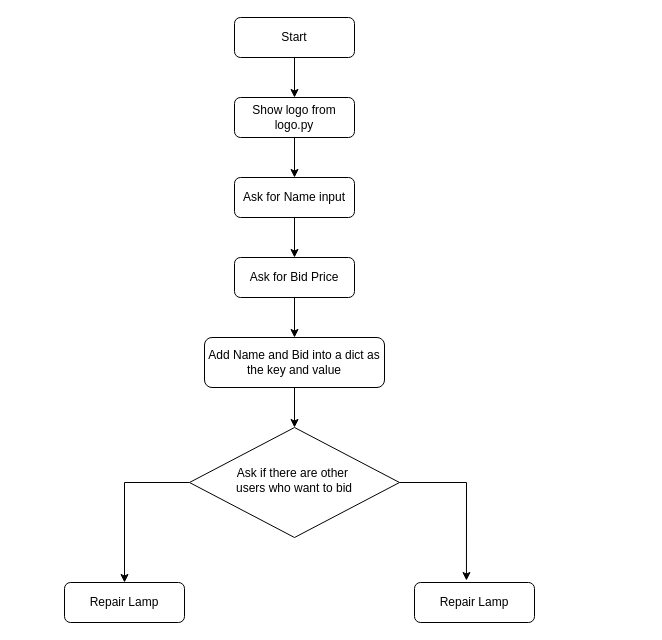
The draw.io diagram blind_bidding.drawio in sree7k7/drawings, before the edit. Source tidied: cells renumbered, new cells numbered last; positions are measured from the earlier drawing's top-left corner, leaving out a move shared by most shapes. Both pictures are drawn from the tidied source at 100%, with x=0, y=0 at pixel (64, 17).
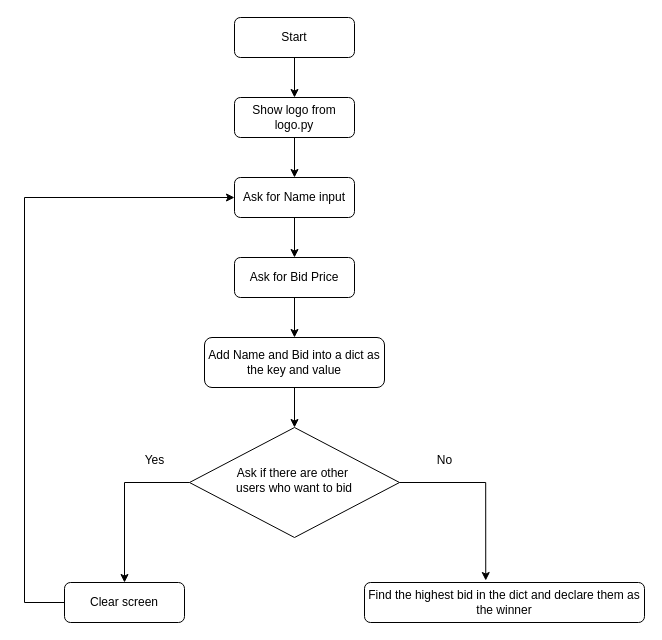
The same diagram, later.

Unchanged cells that the change refers to:
```xml
<mxCell id="14" value="Ask for Name input" style="rounded=1;whiteSpace=wrap;html=1;fontSize=12;glass=0;strokeWidth=1;shadow=0;" parent="1" vertex="1">
  <mxGeometry x="170" y="160" width="120" height="40" as="geometry" />
</mxCell>
```

What changed in the source:
```diff
@@
-    <mxCell id="6" value="Repair Lamp" style="rounded=1;whiteSpace=wrap;html=1;fontSize=12;glass=0;strokeWidth=1;shadow=0;" parent="1" vertex="1">
-      <mxGeometry x="350" y="565" width="120" height="40" as="geometry" />
+    <mxCell id="6" value="Find the highest bid in the dict and declare them as the winner" style="rounded=1;whiteSpace=wrap;html=1;fontSize=12;glass=0;strokeWidth=1;shadow=0;" parent="1" vertex="1">
+      <mxGeometry x="300" y="565" width="280" height="40" as="geometry" />
     </mxCell>
@@
+    <mxCell id="17" style="edgeStyle=orthogonalEdgeStyle;rounded=0;jettySize=auto;html=1;entryX=0;entryY=0.5;entryDx=0;entryDy=0;" parent="1" edge="1" source="15" target="14">
+      <mxGeometry relative="1" as="geometry">
+        <Array as="points">
+          <mxPoint x="-40" y="585" />
+          <mxPoint x="-40" y="180" />
+        </Array>
+      </mxGeometry>
+    </mxCell>
-    <mxCell id="15" value="Repair Lamp" style="rounded=1;whiteSpace=wrap;html=1;fontSize=12;glass=0;strokeWidth=1;shadow=0;" parent="1" vertex="1">
+    <mxCell id="15" value="Clear screen" style="rounded=1;whiteSpace=wrap;html=1;fontSize=12;glass=0;strokeWidth=1;shadow=0;" parent="1" vertex="1">
       <mxGeometry y="565" width="120" height="40" as="geometry" />
     </mxCell>
@@
+    <mxCell id="18" value="Yes" style="text;html=1;align=center;verticalAlign=middle;strokeColor=none;fillColor=none;" parent="1" vertex="1">
+      <mxGeometry x="70" y="428" width="40" height="30" as="geometry" />
+    </mxCell>
+    <mxCell id="19" value="No" style="text;html=1;align=center;verticalAlign=middle;strokeColor=none;fillColor=none;" parent="1" vertex="1">
+      <mxGeometry x="360" y="428" width="40" height="30" as="geometry" />
+    </mxCell>
```
